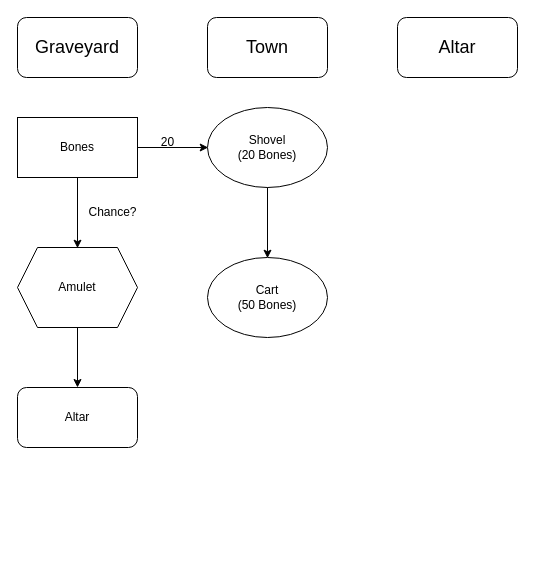
Before: Bones/Progression.drawio in tinytim42/bones-incremental, a draw.io diagram. Source tidied: cells renumbered, new cells numbered last; positions are measured from the earlier drawing's top-left corner, leaving out a move shared by most shapes. Both pictures are drawn from the tidied source at 100%, with x=0, y=0 at pixel (17, 17).
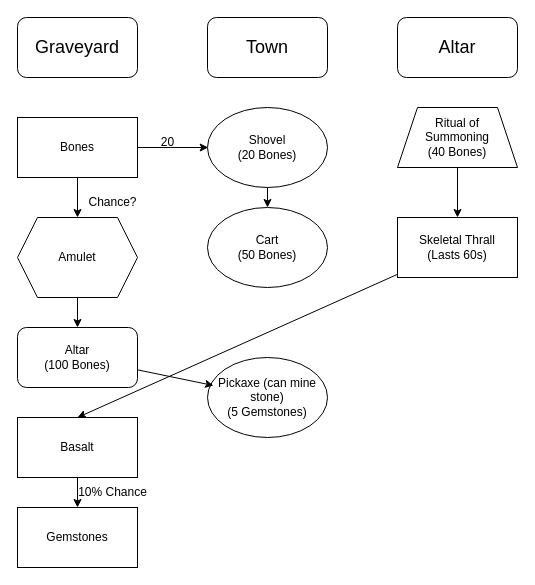
After the change.

The change refers to these unchanged cells:
```xml
<mxCell id="2" value="Bones" style="rounded=0;whiteSpace=wrap;html=1;" parent="1" vertex="1">
  <mxGeometry y="100" width="120" height="60" as="geometry" />
</mxCell>
<mxCell id="6" value="Shovel&lt;br&gt;(20 Bones)" style="ellipse;whiteSpace=wrap;html=1;" parent="1" vertex="1">
  <mxGeometry x="190" y="90" width="120" height="80" as="geometry" />
</mxCell>
```

The edit, as a diff of the source:
```diff
@@
-    <mxCell id="3" style="endArrow=classic;html=1;rounded=0;" parent="1" edge="1" source="2">
+    <mxCell id="3" style="endArrow=classic;html=1;rounded=0;" parent="1" edge="1" source="5">
       <mxGeometry relative="1" as="geometry">
         <mxPoint x="60" y="230.7" as="targetPoint" />
       </mxGeometry>
     </mxCell>
@@
-    <mxCell id="5" value="Amulet" style="shape=hexagon;perimeter=hexagonPerimeter2;whiteSpace=wrap;html=1;fixedSize=1;" parent="1" vertex="1">
-      <mxGeometry y="230" width="120" height="80" as="geometry" />
-    </mxCell>
@@
-    <mxCell id="12" style="endArrow=classic;html=1;rounded=0;" parent="1" edge="1" source="6">
-      <mxGeometry relative="1" as="geometry">
-        <mxPoint x="250" y="240.7" as="targetPoint" />
-      </mxGeometry>
+    <mxCell id="12" style="endArrow=classic;html=1;rounded=0;verticalAlign=middle;startArrow=none;startFill=0;endFill=1;entryX=0.5;entryY=0;entryDx=0;entryDy=0;" parent="1" edge="1" source="6" target="13">
+      <mxGeometry relative="1" as="geometry" />
     </mxCell>
     <mxCell id="13" value="Cart&lt;br&gt;(50 Bones)" style="ellipse;whiteSpace=wrap;html=1;" parent="1" vertex="1">
-      <mxGeometry x="190" y="240" width="120" height="80" as="geometry" />
+      <mxGeometry x="190" y="190" width="120" height="80" as="geometry" />
     </mxCell>
     <mxCell id="14" value="Chance?" style="text;html=1;align=center;verticalAlign=middle;strokeColor=none;fillColor=none;" parent="1" vertex="1">
-      <mxGeometry x="60" y="180" width="70" height="30" as="geometry" />
+      <mxGeometry x="60" y="170" width="70" height="30" as="geometry" />
     </mxCell>
-    <mxCell id="15" value="Altar" style="rounded=1;whiteSpace=wrap;html=1;" parent="1" vertex="1">
-      <mxGeometry y="370" width="120" height="60" as="geometry" />
+    <mxCell id="15" value="Altar&lt;br&gt;(100 Bones)" style="rounded=1;whiteSpace=wrap;html=1;" parent="1" vertex="1">
+      <mxGeometry y="310" width="120" height="60" as="geometry" />
     </mxCell>
+    <mxCell id="16" value="Ritual of &lt;br&gt;Summoning&lt;br&gt;(40 Bones)" style="shape=trapezoid;perimeter=trapezoidPerimeter;whiteSpace=wrap;html=1;fixedSize=1;" parent="1" vertex="1">
+      <mxGeometry x="380" y="90" width="120" height="60" as="geometry" />
+    </mxCell>
+    <mxCell id="17" value="Skeletal Thrall&lt;br&gt;(Lasts 60s)" style="rounded=0;whiteSpace=wrap;html=1;" parent="1" vertex="1">
+      <mxGeometry x="380" y="200" width="120" height="60" as="geometry" />
+    </mxCell>
+    <mxCell id="18" style="endArrow=classic;html=1;rounded=0;entryX=0.5;entryY=0;entryDx=0;entryDy=0;" parent="1" edge="1" source="16" target="17">
+      <mxGeometry relative="1" as="geometry" />
+    </mxCell>
+    <mxCell id="19" value="Basalt" style="rounded=0;whiteSpace=wrap;html=1;" parent="1" vertex="1">
+      <mxGeometry y="400" width="120" height="60" as="geometry" />
+    </mxCell>
+    <mxCell id="20" style="endArrow=classic;html=1;rounded=0;" parent="1" edge="1" source="2" target="5">
+      <mxGeometry relative="1" as="geometry" />
+    </mxCell>
+    <mxCell id="5" value="Amulet" style="shape=hexagon;perimeter=hexagonPerimeter2;whiteSpace=wrap;html=1;fixedSize=1;" parent="1" vertex="1">
+      <mxGeometry y="200" width="120" height="80" as="geometry" />
+    </mxCell>
+    <mxCell id="21" style="endArrow=classic;html=1;rounded=0;entryX=0.5;entryY=0;entryDx=0;entryDy=0;" parent="1" edge="1" source="17" target="19">
+      <mxGeometry relative="1" as="geometry" />
+    </mxCell>
+    <mxCell id="22" value="Gemstones" style="rounded=0;whiteSpace=wrap;html=1;" parent="1" vertex="1">
+      <mxGeometry y="490" width="120" height="60" as="geometry" />
+    </mxCell>
+    <mxCell id="23" style="endArrow=classic;html=1;rounded=0;entryX=0.5;entryY=0;entryDx=0;entryDy=0;" parent="1" edge="1" source="19" target="22">
+      <mxGeometry relative="1" as="geometry" />
+    </mxCell>
+    <mxCell id="24" value="10% Chance" style="text;html=1;align=center;verticalAlign=middle;strokeColor=none;fillColor=none;" parent="1" vertex="1">
+      <mxGeometry x="50" y="460" width="90" height="30" as="geometry" />
+    </mxCell>
+    <mxCell id="25" value="Pickaxe (can mine stone)&lt;br&gt;(5 Gemstones)" style="ellipse;whiteSpace=wrap;html=1;" parent="1" vertex="1">
+      <mxGeometry x="190" y="340" width="120" height="80" as="geometry" />
+    </mxCell>
+    <mxCell id="26" style="endArrow=classic;html=1;rounded=0;entryX=0.05;entryY=0.35;entryDx=0;entryDy=0;entryPerimeter=0;" parent="1" edge="1" source="15" target="25">
+      <mxGeometry relative="1" as="geometry" />
+    </mxCell>
```
